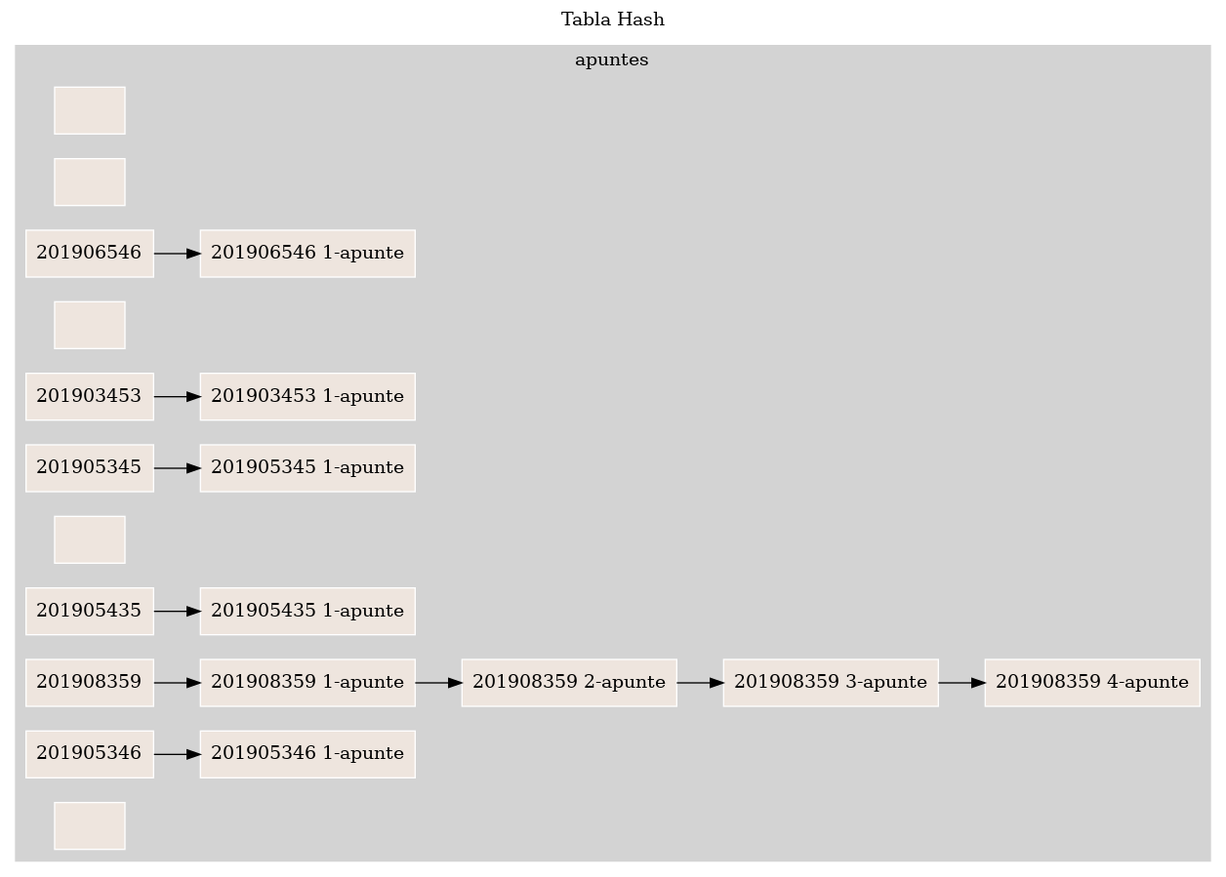
Alexz330/F3-EDD_SmartClass_-201908359 keeps this Graphviz diagram as BackEnd/apuntes.png. Above is the earlier version. Its source is kept beside it as BackEnd/apuntes.dot. Its diagram source:
```dot
digraph grafica{
rankdir=LR;
node [shape = record, style=filled, fillcolor=seashell2];
 labelloc="t";
label="Tabla Hash";
subgraph cluster_0{
style=filled;
color=lightgrey;
node [style=filled,color=white];
nodoMateria0 [label =""];
nodoMateria1 [label =""];
nodoMateria201906546 [label ="201906546"];
nodoMateria3 [label =""];
nodoMateria201903453 [label ="201903453"];
nodoMateria201905345 [label ="201905345"];
nodoMateria6 [label =""];
nodoMateria201905435 [label ="201905435"];
nodoMateria201908359 [label ="201908359"];
nodoMateria201905346 [label ="201905346"];
nodoMateria10 [label =""];
nodoMateria201906546 -> nodoApunte0201906546 nodoMateria201903453 -> nodoApunte0201903453 nodoMateria201905345 -> nodoApunte0201905345 nodoMateria201905435 -> nodoApunte0201905435 nodoMateria201908359 -> nodoApunte0201908359 -> nodoApunte1201908359 -> nodoApunte2201908359 -> nodoApunte3201908359 nodoMateria201905346 -> nodoApunte0201905346 nodoApunte0201906546[label ="201906546 1-apunte"]
 nodoApunte0201903453[label ="201903453 1-apunte"]
 nodoApunte0201905345[label ="201905345 1-apunte"]
 nodoApunte0201905435[label ="201905435 1-apunte"]
 nodoApunte0201908359[label ="201908359 1-apunte"]
 nodoApunte1201908359[label ="201908359 2-apunte"]
 nodoApunte2201908359[label ="201908359 3-apunte"]
 nodoApunte3201908359[label ="201908359 4-apunte"]
 nodoApunte0201905346[label ="201905346 1-apunte"]

label ="apuntes"
}}
```
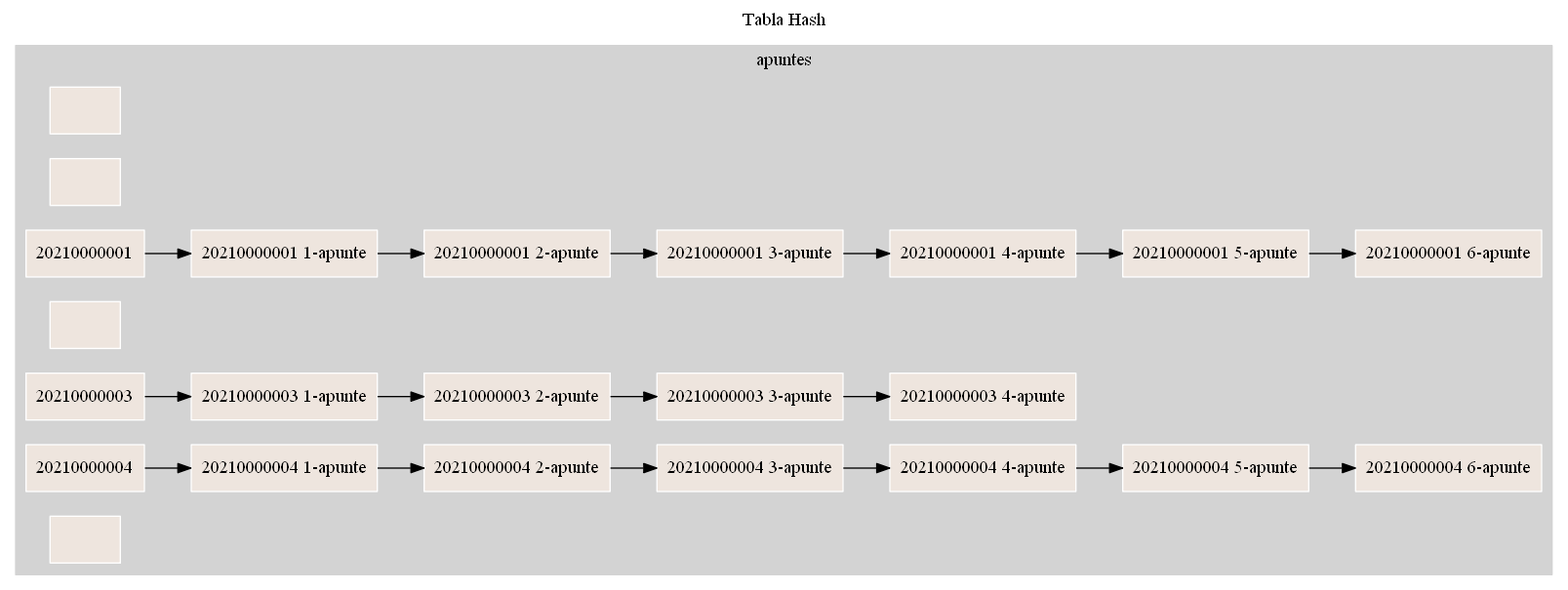
After the commit.

Diff of the diagram source:
```diff
@@ -9,24 +9,27 @@
 node [style=filled,color=white];
 nodoMateria0 [label =""];
 nodoMateria1 [label =""];
-nodoMateria201906546 [label ="201906546"];
+nodoMateria20210000001 [label ="20210000001"];
 nodoMateria3 [label =""];
-nodoMateria201903453 [label ="201903453"];
-nodoMateria201905345 [label ="201905345"];
+nodoMateria20210000003 [label ="20210000003"];
+nodoMateria20210000004 [label ="20210000004"];
 nodoMateria6 [label =""];
-nodoMateria201905435 [label ="201905435"];
-nodoMateria201908359 [label ="201908359"];
-nodoMateria201905346 [label ="201905346"];
-nodoMateria10 [label =""];
-nodoMateria201906546 -> nodoApunte0201906546 nodoMateria201903453 -> nodoApunte0201903453 nodoMateria201905345 -> nodoApunte0201905345 nodoMateria201905435 -> nodoApunte0201905435 nodoMateria201908359 -> nodoApunte0201908359 -> nodoApunte1201908359 -> nodoApunte2201908359 -> nodoApunte3201908359 nodoMateria201905346 -> nodoApunte0201905346 nodoApunte0201906546[label ="201906546 1-apunte"]
- nodoApunte0201903453[label ="201903453 1-apunte"]
- nodoApunte0201905345[label ="201905345 1-apunte"]
- nodoApunte0201905435[label ="201905435 1-apunte"]
- nodoApunte0201908359[label ="201908359 1-apunte"]
- nodoApunte1201908359[label ="201908359 2-apunte"]
- nodoApunte2201908359[label ="201908359 3-apunte"]
- nodoApunte3201908359[label ="201908359 4-apunte"]
- nodoApunte0201905346[label ="201905346 1-apunte"]
+nodoMateria20210000001 -> nodoApunte020210000001 -> nodoApunte120210000001 -> nodoApunte220210000001 -> nodoApunte320210000001 -> nodoApunte420210000001 -> nodoApunte520210000001 nodoMateria20210000003 -> nodoApunte020210000003 -> nodoApunte120210000003 -> nodoApunte220210000003 -> nodoApunte320210000003 nodoMateria20210000004 -> nodoApunte020210000004 -> nodoApunte120210000004 -> nodoApunte220210000004 -> nodoApunte320210000004 -> nodoApunte420210000004 -> nodoApunte520210000004 nodoApunte020210000001[label ="20210000001 1-apunte"]
+ nodoApunte120210000001[label ="20210000001 2-apunte"]
+ nodoApunte220210000001[label ="20210000001 3-apunte"]
+ nodoApunte320210000001[label ="20210000001 4-apunte"]
+ nodoApunte420210000001[label ="20210000001 5-apunte"]
+ nodoApunte520210000001[label ="20210000001 6-apunte"]
+ nodoApunte020210000003[label ="20210000003 1-apunte"]
+ nodoApunte120210000003[label ="20210000003 2-apunte"]
+ nodoApunte220210000003[label ="20210000003 3-apunte"]
+ nodoApunte320210000003[label ="20210000003 4-apunte"]
+ nodoApunte020210000004[label ="20210000004 1-apunte"]
+ nodoApunte120210000004[label ="20210000004 2-apunte"]
+ nodoApunte220210000004[label ="20210000004 3-apunte"]
+ nodoApunte320210000004[label ="20210000004 4-apunte"]
+ nodoApunte420210000004[label ="20210000004 5-apunte"]
+ nodoApunte520210000004[label ="20210000004 6-apunte"]
 
 label ="apuntes"
 }}
```
